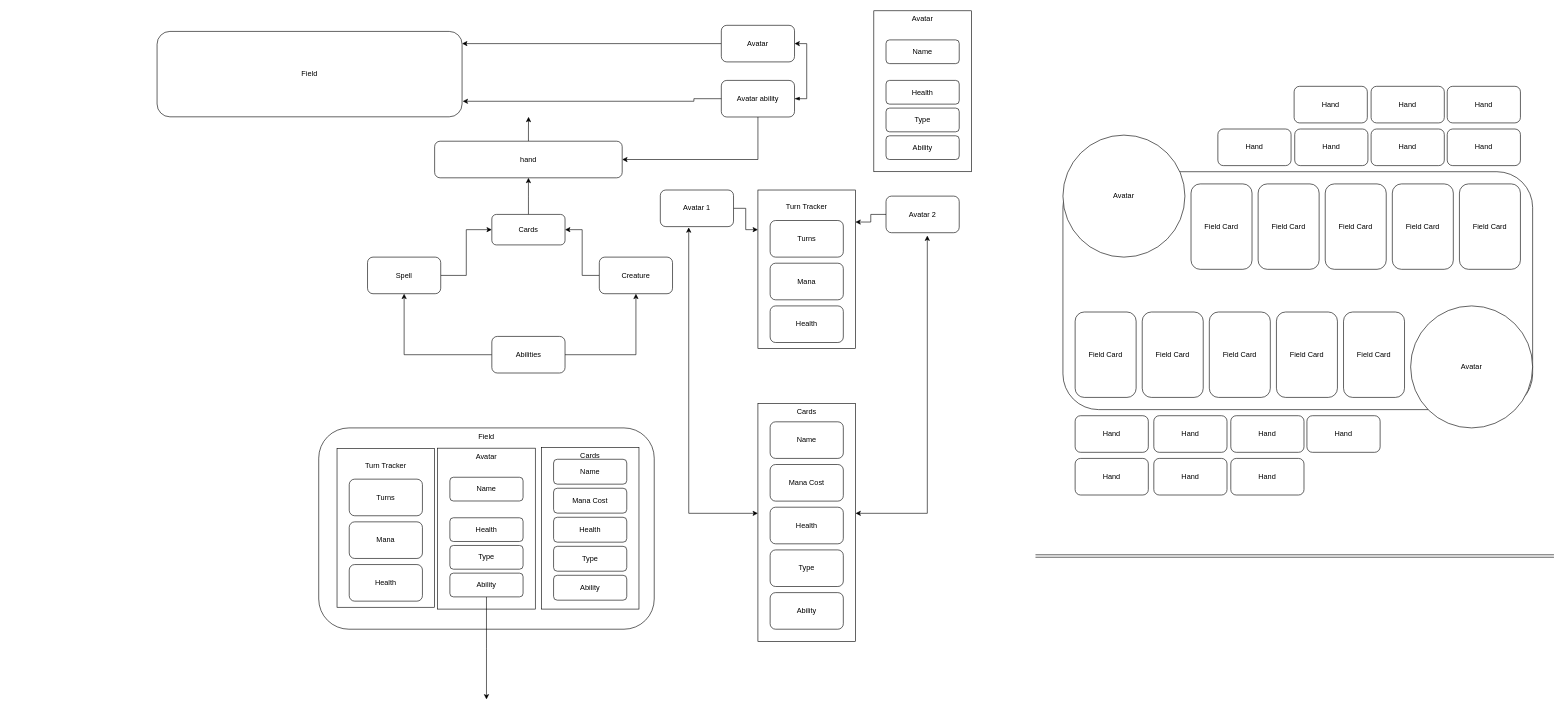
popados/01_diagrams keeps this draw.io diagram as daigrams_from_site/Card Game Flow Chart.drawio. Above is the earlier version. Source tidied: cells renumbered, new cells numbered last; positions are measured from the earlier drawing's top-left corner, leaving out a move shared by most shapes. Both pictures are drawn from the tidied source at 61%, with x=0, y=0 at pixel (157, 10).
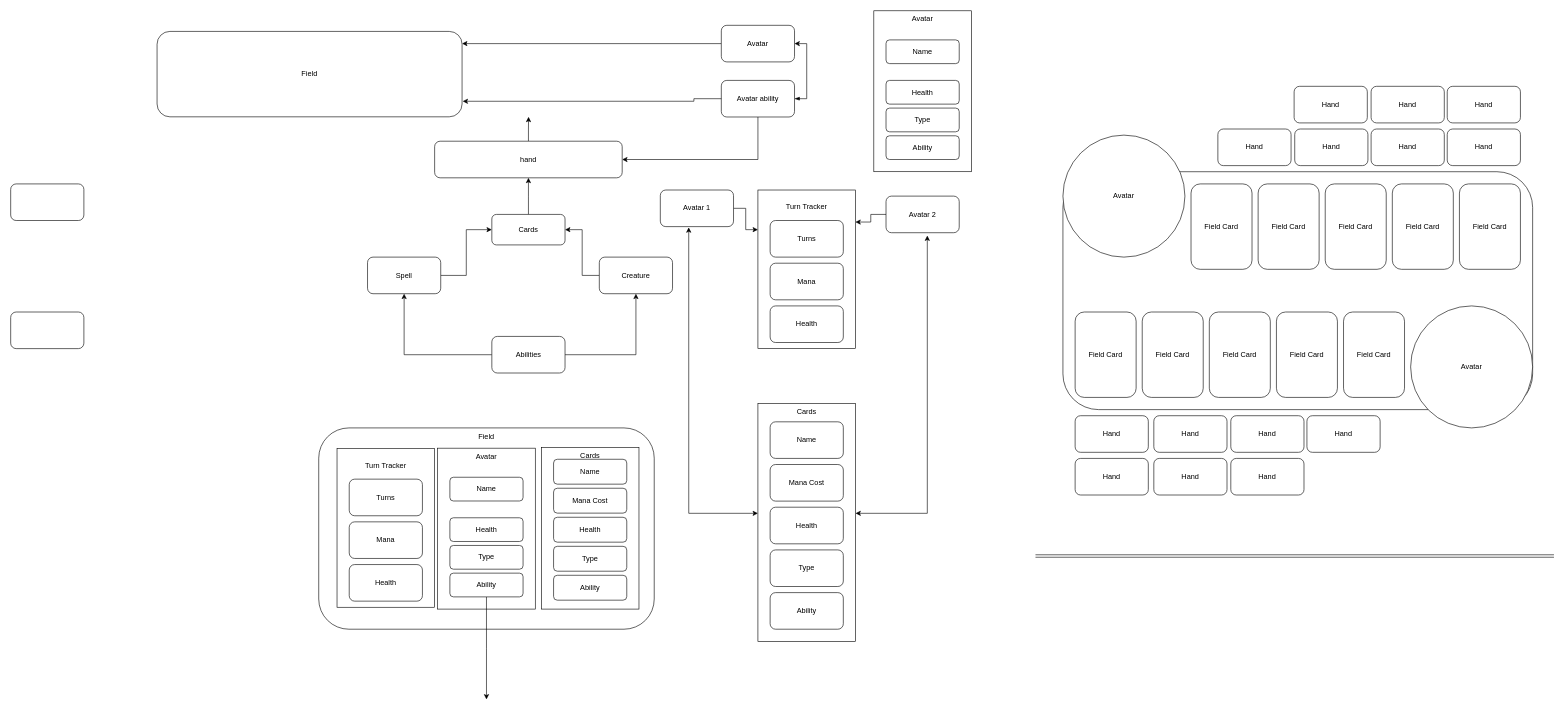
The same page after the edit.

Change to the diagram source:
```diff
@@
+    <mxCell id="91" style="rounded=1;whiteSpace=wrap;html=1;" parent="1" vertex="1">
+      <mxGeometry x="-240" y="284" width="120" height="60" as="geometry" />
+    </mxCell>
+    <mxCell id="92" style="rounded=1;whiteSpace=wrap;html=1;" parent="1" vertex="1">
+      <mxGeometry x="-240" y="494" width="120" height="60" as="geometry" />
+    </mxCell>
```
